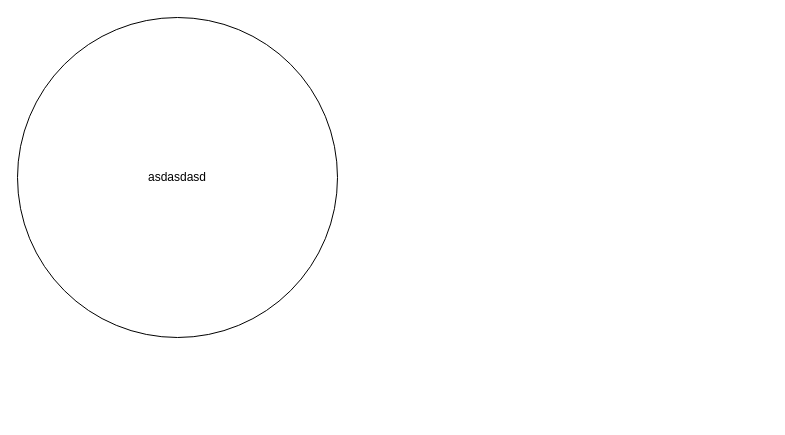
This is owncast/0150_schedule_livestreams.drawio from freenandes/drawio, a draw.io file, before an edit. Source tidied: cells renumbered, new cells numbered last; positions are measured from the earlier drawing's top-left corner, leaving out a move shared by most shapes. Both pictures are drawn from the tidied source at 100%, with x=0, y=0 at pixel (17, 17).
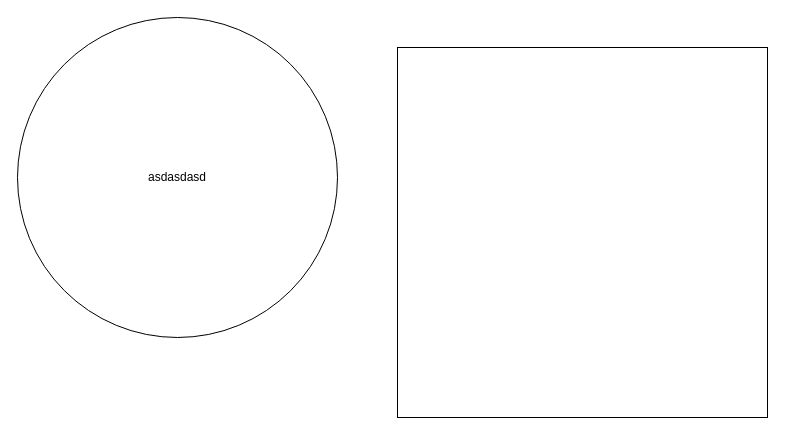
The same diagram, later.

Diff of the diagram source:
```diff
@@
 <mxGraphModel>
   <root>
     <mxCell id="0" />
     <mxCell id="1" parent="0" />
     <mxCell id="2" value="asdasdasd" style="ellipse;whiteSpace=wrap;html=1;" parent="1" vertex="1">
       <mxGeometry width="320" height="320" as="geometry" />
     </mxCell>
+    <mxCell id="3" style="whiteSpace=wrap;html=1;" parent="1" vertex="1">
+      <mxGeometry x="380" y="30" width="370" height="370" as="geometry" />
+    </mxCell>
   </root>
 </mxGraphModel>
```
